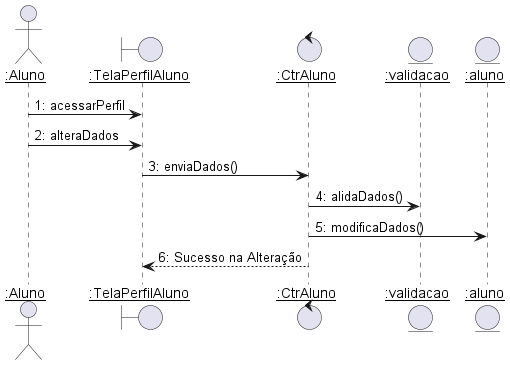
The PlantUML diagram diagramas/sequencia/alterar_aluno.png in Pedro-V/projetorium, before a commit.
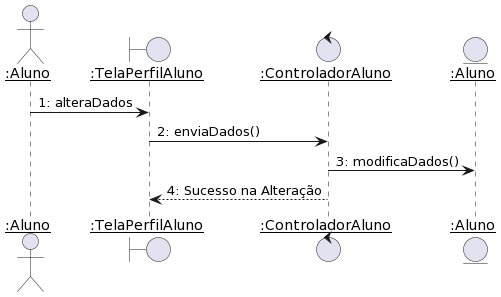
The same file after the commit.

Change to the diagram source:
```diff
@@ -1,20 +1,15 @@
-@startuml alterar_aluno
+@startuml
 skinparam sequenceParticipant underline
 
 actor ":Aluno" as Aluno
 boundary ":TelaPerfilAluno" as TelaPerfilAluno
-control ":CtrAluno" as CtrAluno
-entity ":validacao" as validacao
-entity ":aluno" as aluno
+control ":ControladorAluno" as ControladorAluno
+entity ":Aluno" as AlunoC
 
 
 
-Aluno -> TelaPerfilAluno : 1: acessarPerfil
-Aluno -> TelaPerfilAluno : 2: alteraDados
-TelaPerfilAluno -> CtrAluno : 3: enviaDados()
-CtrAluno -> validacao: 4: alidaDados()
-CtrAluno -> aluno : 5: modificaDados()
-CtrAluno --> TelaPerfilAluno --: 6: Sucesso na Alteração
-
-
+Aluno -> TelaPerfilAluno : 1: alteraDados
+TelaPerfilAluno -> ControladorAluno: 2: enviaDados()
+ControladorAluno-> AlunoC: 3: modificaDados()
+ControladorAluno--> TelaPerfilAluno --: 4: Sucesso na Alteração
 @enduml
```
